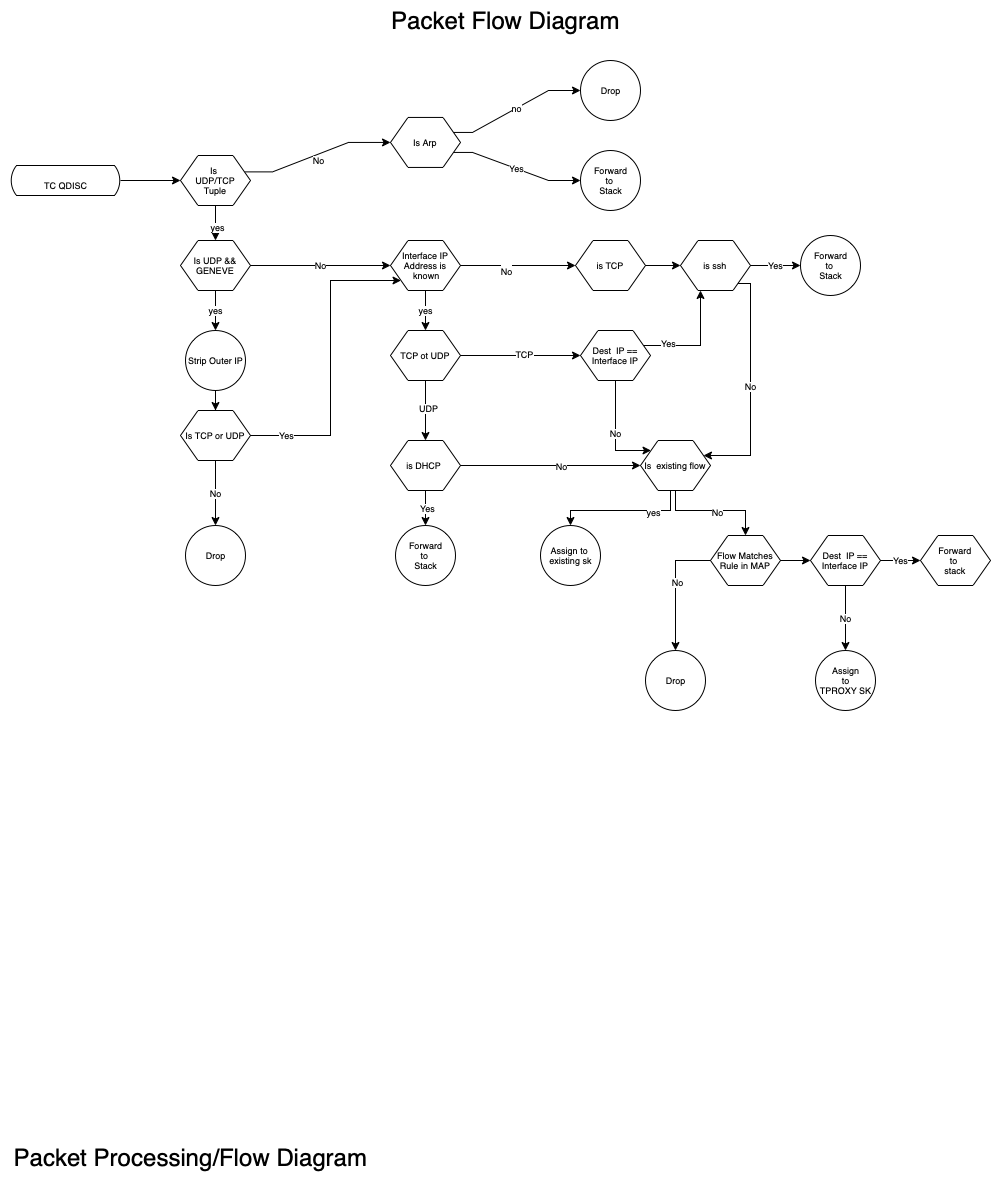
r-caamano/ebpf-tproxy-splicer keeps this draw.io diagram as packet-flow.drawio.png. Above is the earlier version. Source tidied: cells renumbered, new cells last; positions are measured from the earlier drawing's top-left corner, leaving out a move shared by most shapes.
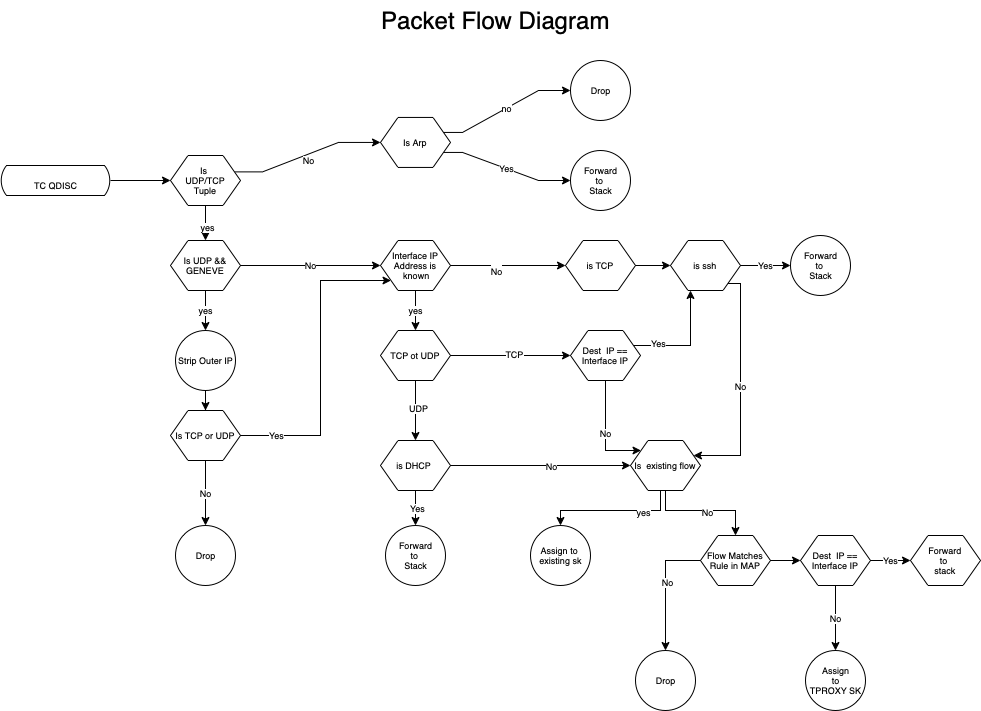
After the change.

Commit message:
Removed extraneous text in diag

Diff of the diagram source:
```diff
@@ -2,9 +2,6 @@
   <root>
     <mxCell id="0" />
     <mxCell id="1" parent="0" />
-    <mxCell id="2" value="&lt;font style=&quot;font-size: 24px;&quot;&gt;Packet Processing/Flow Diagram&lt;/font&gt;" style="text;html=1;align=center;verticalAlign=middle;fillColor=none;strokeColor=none;rounded=0;" parent="1" vertex="1">
-      <mxGeometry y="1137" width="380" height="40" as="geometry" />
-    </mxCell>
     <mxCell id="3" style="edgeStyle=orthogonalEdgeStyle;rounded=0;jettySize=auto;html=1;fontSize=9;" parent="1" edge="1" source="4" target="9">
       <mxGeometry relative="1" as="geometry" />
     </mxCell>
```
